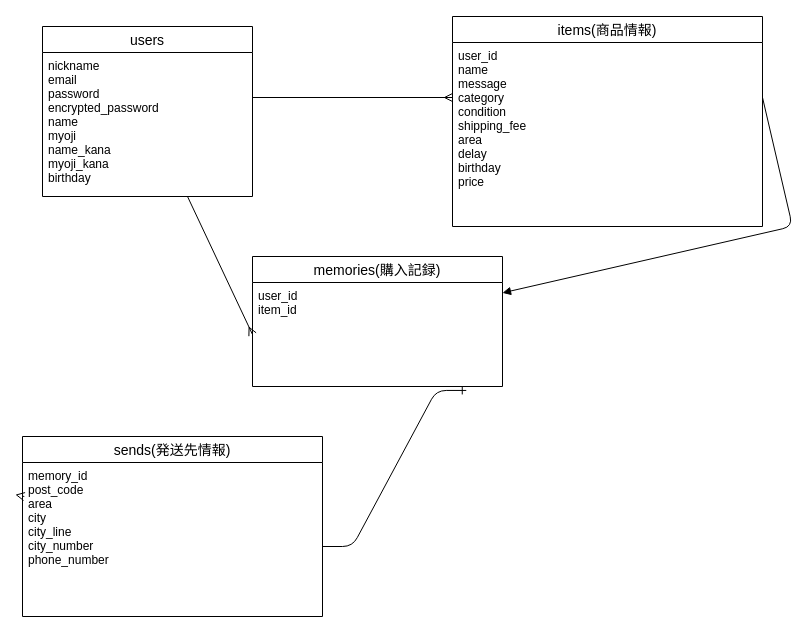
Above: app/views/ER.dio in yyudaii/furima-41117 (draw.io), before the change. Source tidied: cells renumbered, new cells numbered last; positions are measured from the earlier drawing's top-left corner, leaving out a move shared by most shapes. Both pictures are drawn from the tidied source at 100%, with x=0, y=0 at pixel (22, 16).
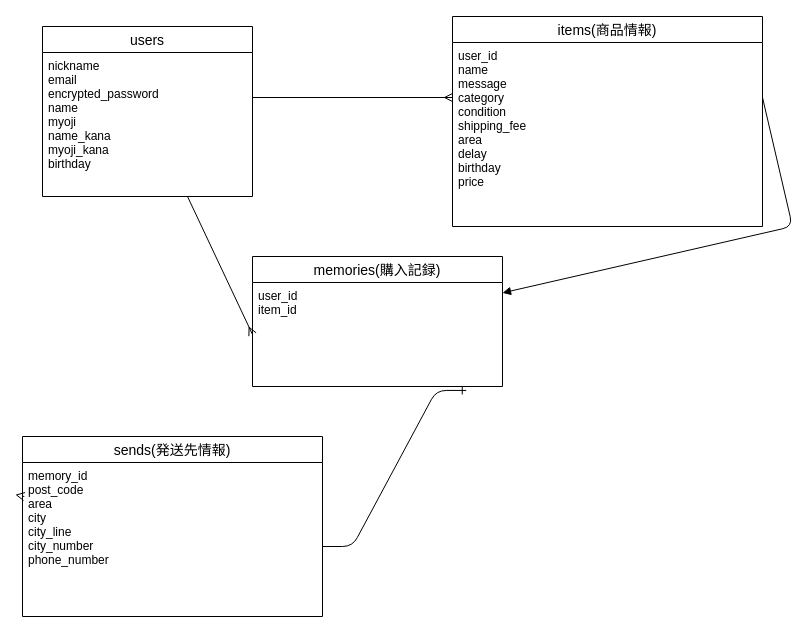
After the change.

Unchanged cells that the change refers to:
```xml
<mxCell id="3" value="users" style="swimlane;fontStyle=0;horizontal=1;startSize=26;align=center;fontSize=14;" parent="1" vertex="1">
  <mxGeometry x="20" y="10" width="210" height="170" as="geometry" />
</mxCell>
```

The edit, as a diff of the source:
```diff
@@
-    <mxCell id="4" value="nickname&#10;email &#10;password&#10;encrypted_password&#10;name&#10;myoji&#10;name_kana&#10;myoji_kana&#10;birthday" style="text;strokeColor=none;fillColor=none;spacingLeft=4;spacingRight=4;overflow=hidden;fontSize=12;" parent="3" vertex="1">
+    <mxCell id="4" value="nickname&#10;email &#10;encrypted_password&#10;name&#10;myoji&#10;name_kana&#10;myoji_kana&#10;birthday" style="text;strokeColor=none;fillColor=none;spacingLeft=4;spacingRight=4;overflow=hidden;fontSize=12;" parent="3" vertex="1">
       <mxGeometry y="26" width="210" height="144" as="geometry" />
     </mxCell>
```
